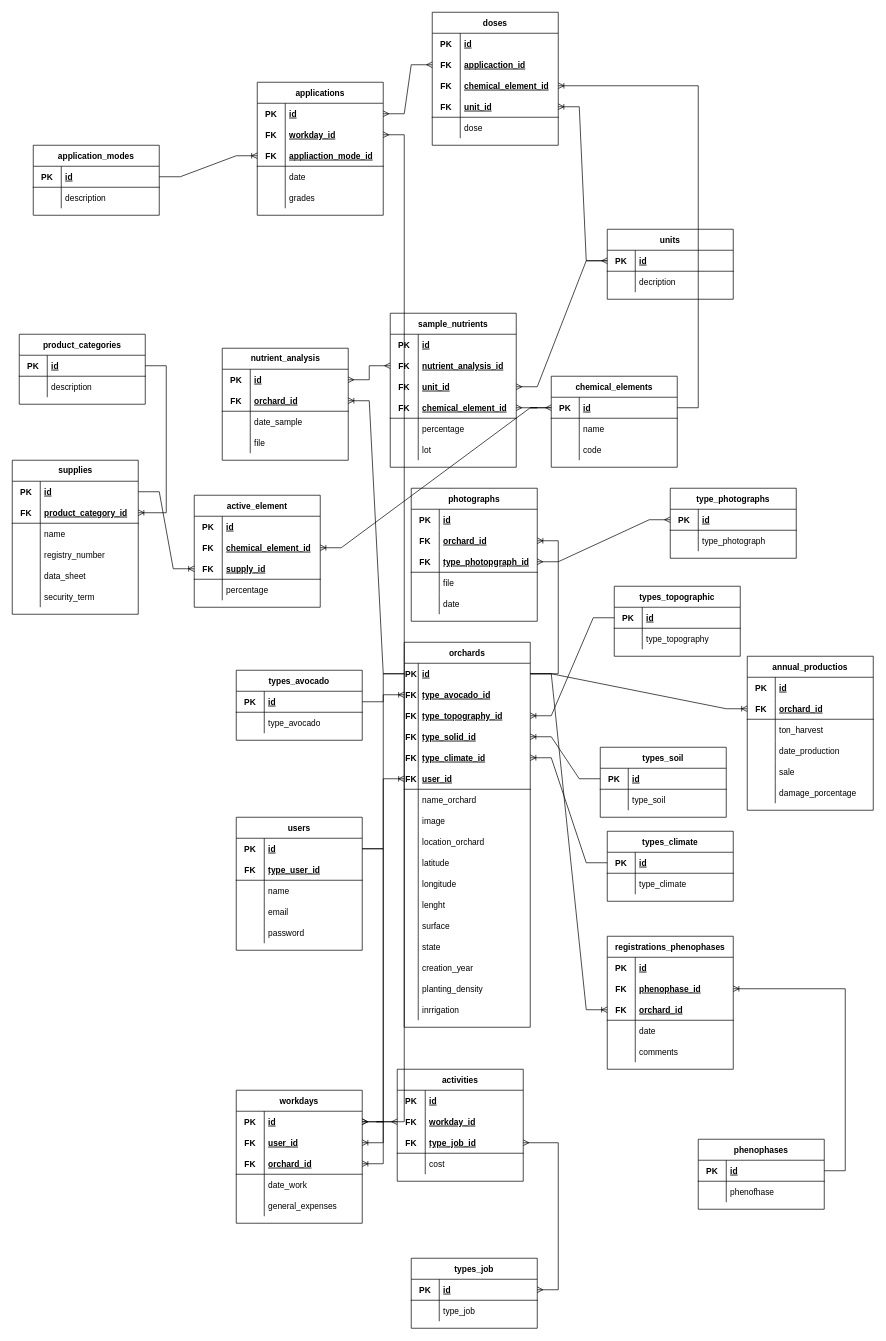
harlock/Diagramas keeps this draw.io diagram as dev_gestion:cultivos.drawio. Above is the earlier version. Source tidied: cells renumbered, new cells numbered last; positions are measured from the earlier drawing's top-left corner, leaving out a move shared by most shapes. Both pictures are drawn from the tidied source at 70%, with x=0, y=0 at pixel (12, 12).
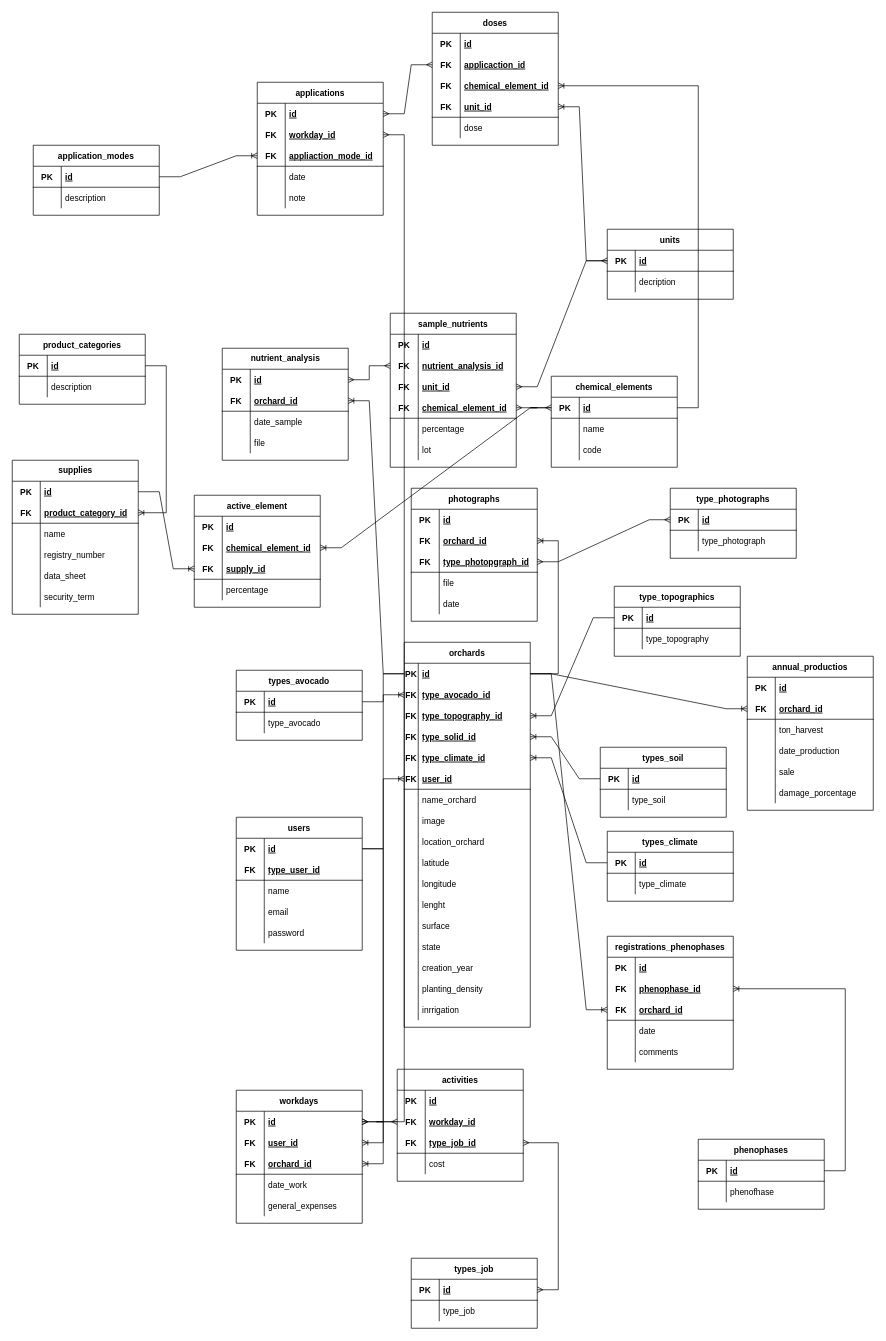
The same diagram, later.

Unchanged cells that the change refers to:
```xml
<mxCell id="328" style="shape=tableRow;horizontal=0;startSize=0;swimlaneHead=0;swimlaneBody=0;fillColor=none;top=0;left=0;right=0;bottom=0;fontSize=12;verticalAlign=middle;spacing=0;spacingTop=0;" parent="315" vertex="1">
  <mxGeometry y="150" width="180" height="30" as="geometry" />
</mxCell>
```

Diff of the diagram source:
```diff
@@
-    <mxCell id="102" value="types_topographic" style="shape=table;startSize=30;childLayout=tableLayout;rowLines=0;fontStyle=1;align=center;fontSize=12;verticalAlign=middle;spacing=0;spacingTop=0;" parent="1" vertex="1">
+    <mxCell id="102" value="type_topographics" style="shape=table;startSize=30;childLayout=tableLayout;rowLines=0;fontStyle=1;align=center;fontSize=12;verticalAlign=middle;spacing=0;spacingTop=0;" parent="1" vertex="1">
       <mxGeometry x="860" y="820" width="180" height="100" as="geometry" />
     </mxCell>
@@
-    <mxCell id="330" value="grades" style="shape=partialRectangle;fillColor=none;top=0;left=0;bottom=0;right=0;align=left;spacingLeft=6;overflow=hidden;fontSize=12;verticalAlign=middle;spacing=0;spacingTop=0;" parent="328" vertex="1">
+    <mxCell id="330" value="note" style="shape=partialRectangle;fillColor=none;top=0;left=0;bottom=0;right=0;align=left;spacingLeft=6;overflow=hidden;fontSize=12;verticalAlign=middle;spacing=0;spacingTop=0;" parent="328" vertex="1">
       <mxGeometry x="40" width="140" height="30" as="geometry" />
     </mxCell>
```
